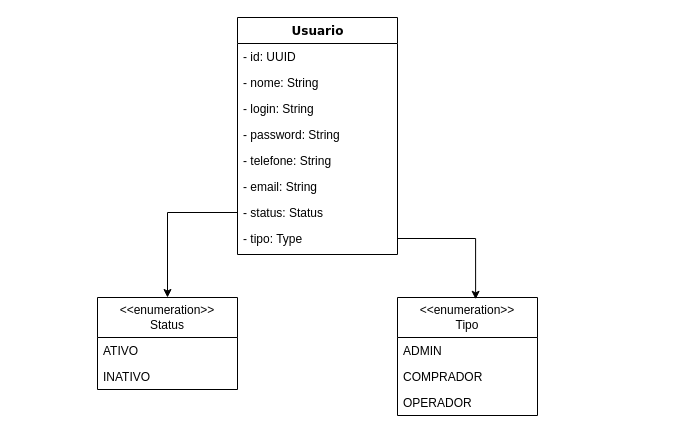
Above: documentation/diagrams/class/usuario.drawio in augustocesarsousa/ecommerce (draw.io), before the change. Source tidied: cells renumbered, new cells numbered last; positions are measured from the earlier drawing's top-left corner, leaving out a move shared by most shapes. Both pictures are drawn from the tidied source at 100%, with x=0, y=0 at pixel (97, 17).
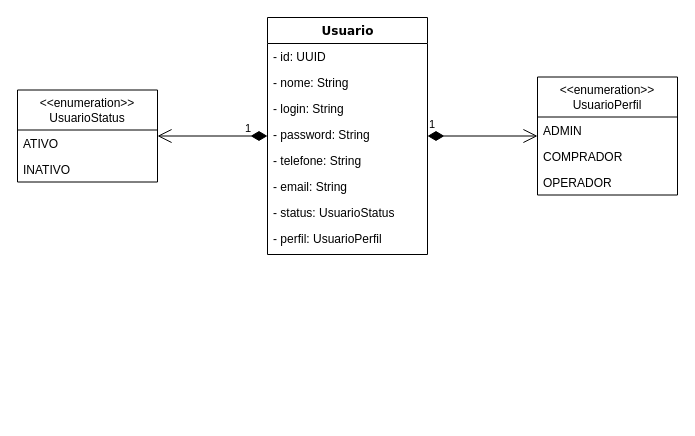
The same diagram, later.

Commit message (it also covers changes not shown here):
Documentacao: adicionado diagrama de classe da classe Usuario

The edit, as a diff of the source:
```diff
@@
 <mxGraphModel>
   <root>
     <mxCell id="0" />
     <mxCell id="1" parent="0" />
     <mxCell id="2" value="Usuario" style="swimlane;html=1;fontStyle=1;align=center;verticalAlign=top;horizontal=1;startSize=26;swimlaneFillColor=#ffffff;rounded=0;shadow=0;comic=0;labelBackgroundColor=none;strokeWidth=1;fillColor=none;fontFamily=Verdana;fontSize=12;" parent="1" vertex="1">
-      <mxGeometry x="140" width="160" height="237" as="geometry" />
+      <mxGeometry x="170" width="160" height="237" as="geometry" />
     </mxCell>
     <mxCell id="3" value="- id: UUID" style="text;html=1;strokeColor=none;fillColor=none;align=left;verticalAlign=top;spacingLeft=4;spacingRight=4;whiteSpace=wrap;overflow=hidden;" parent="2" vertex="1">
       <mxGeometry y="26" width="160" height="26" as="geometry" />
     </mxCell>
     <mxCell id="4" value="- nome: String" style="text;html=1;strokeColor=none;fillColor=none;align=left;verticalAlign=top;spacingLeft=4;spacingRight=4;whiteSpace=wrap;overflow=hidden;" parent="2" vertex="1">
       <mxGeometry y="52" width="160" height="26" as="geometry" />
     </mxCell>
     <mxCell id="5" value="- login: String" style="text;html=1;strokeColor=none;fillColor=none;align=left;verticalAlign=top;spacingLeft=4;spacingRight=4;whiteSpace=wrap;overflow=hidden;" parent="2" vertex="1">
       <mxGeometry y="78" width="160" height="26" as="geometry" />
     </mxCell>
     <mxCell id="6" value="- password: String" style="text;html=1;strokeColor=none;fillColor=none;align=left;verticalAlign=top;spacingLeft=4;spacingRight=4;whiteSpace=wrap;overflow=hidden;" parent="2" vertex="1">
       <mxGeometry y="104" width="160" height="26" as="geometry" />
     </mxCell>
     <mxCell id="7" value="- telefone: String" style="text;html=1;strokeColor=none;fillColor=none;align=left;verticalAlign=top;spacingLeft=4;spacingRight=4;whiteSpace=wrap;overflow=hidden;" parent="2" vertex="1">
       <mxGeometry y="130" width="160" height="26" as="geometry" />
     </mxCell>
     <mxCell id="8" value="- email: String" style="text;html=1;strokeColor=none;fillColor=none;align=left;verticalAlign=top;spacingLeft=4;spacingRight=4;whiteSpace=wrap;overflow=hidden;" parent="2" vertex="1">
       <mxGeometry y="156" width="160" height="26" as="geometry" />
     </mxCell>
-    <mxCell id="9" value="- status: Status" style="text;html=1;strokeColor=none;fillColor=none;align=left;verticalAlign=top;spacingLeft=4;spacingRight=4;whiteSpace=wrap;overflow=hidden;points=[[0,0.5],[1,0.5]];portConstraint=eastwest;" parent="2" vertex="1">
+    <mxCell id="9" value="- status:&amp;nbsp;&lt;span style=&quot;text-align: center;&quot;&gt;Usuario&lt;/span&gt;Status" style="text;html=1;strokeColor=none;fillColor=none;align=left;verticalAlign=top;spacingLeft=4;spacingRight=4;whiteSpace=wrap;overflow=hidden;points=[[0,0.5],[1,0.5]];portConstraint=eastwest;" parent="2" vertex="1">
       <mxGeometry y="182" width="160" height="26" as="geometry" />
     </mxCell>
-    <mxCell id="10" value="- tipo: Type" style="text;html=1;strokeColor=none;fillColor=none;align=left;verticalAlign=top;spacingLeft=4;spacingRight=4;whiteSpace=wrap;overflow=hidden;points=[[0,0.5],[1,0.5]];portConstraint=eastwest;" parent="2" vertex="1">
+    <mxCell id="10" value="- perfil:&amp;nbsp;&lt;span style=&quot;text-align: center;&quot;&gt;UsuarioPerfil&lt;/span&gt;" style="text;html=1;strokeColor=none;fillColor=none;align=left;verticalAlign=top;spacingLeft=4;spacingRight=4;whiteSpace=wrap;overflow=hidden;points=[[0,0.5],[1,0.5]];portConstraint=eastwest;" parent="2" vertex="1">
       <mxGeometry y="208" width="160" height="26" as="geometry" />
     </mxCell>
-    <mxCell id="11" value="&amp;lt;&amp;lt;enumeration&amp;gt;&amp;gt;&lt;br&gt;Status" style="swimlane;fontStyle=0;horizontal=1;startSize=40;fillColor=none;whiteSpace=wrap;html=1;" parent="1" vertex="1">
-      <mxGeometry y="280" width="140" height="92" as="geometry" />
+    <mxCell id="11" value="&amp;lt;&amp;lt;enumeration&amp;gt;&amp;gt;&lt;br&gt;UsuarioStatus" style="swimlane;fontStyle=0;horizontal=1;startSize=40;fillColor=none;whiteSpace=wrap;html=1;" parent="1" vertex="1">
+      <mxGeometry x="-80" y="72.5" width="140" height="92" as="geometry" />
     </mxCell>
     <mxCell id="12" value="ATIVO" style="text;strokeColor=none;fillColor=none;align=left;verticalAlign=top;spacingLeft=4;spacingRight=4;overflow=hidden;whiteSpace=wrap;html=1;" parent="11" vertex="1">
       <mxGeometry y="40" width="140" height="26" as="geometry" />
     </mxCell>
     <mxCell id="13" value="INATIVO" style="text;strokeColor=none;fillColor=none;align=left;verticalAlign=top;spacingLeft=4;spacingRight=4;overflow=hidden;whiteSpace=wrap;html=1;" parent="11" vertex="1">
       <mxGeometry y="66" width="140" height="26" as="geometry" />
     </mxCell>
-    <mxCell id="14" value="&amp;lt;&amp;lt;enumeration&amp;gt;&amp;gt;&lt;br&gt;Tipo" style="swimlane;fontStyle=0;horizontal=1;startSize=40;fillColor=none;whiteSpace=wrap;html=1;" parent="1" vertex="1">
-      <mxGeometry x="300" y="280" width="140" height="118" as="geometry" />
+    <mxCell id="14" value="&amp;lt;&amp;lt;enumeration&amp;gt;&amp;gt;&lt;br&gt;UsuarioPerfil" style="swimlane;fontStyle=0;horizontal=1;startSize=40;fillColor=none;whiteSpace=wrap;html=1;" parent="1" vertex="1">
+      <mxGeometry x="440" y="59.5" width="140" height="118" as="geometry" />
     </mxCell>
     <mxCell id="15" value="ADMIN" style="text;strokeColor=none;fillColor=none;align=left;verticalAlign=top;spacingLeft=4;spacingRight=4;overflow=hidden;whiteSpace=wrap;html=1;" parent="14" vertex="1">
       <mxGeometry y="40" width="140" height="26" as="geometry" />
     </mxCell>
     <mxCell id="16" value="COMPRADOR" style="text;strokeColor=none;fillColor=none;align=left;verticalAlign=top;spacingLeft=4;spacingRight=4;overflow=hidden;whiteSpace=wrap;html=1;" parent="14" vertex="1">
       <mxGeometry y="66" width="140" height="26" as="geometry" />
     </mxCell>
     <mxCell id="17" value="OPERADOR" style="text;strokeColor=none;fillColor=none;align=left;verticalAlign=top;spacingLeft=4;spacingRight=4;overflow=hidden;whiteSpace=wrap;html=1;" parent="14" vertex="1">
       <mxGeometry y="92" width="140" height="26" as="geometry" />
     </mxCell>
-    <mxCell id="18" style="edgeStyle=orthogonalEdgeStyle;rounded=0;jettySize=auto;html=1;entryX=0.5;entryY=0;entryDx=0;entryDy=0;" parent="1" edge="1" source="9" target="11">
-      <mxGeometry relative="1" as="geometry" />
-    </mxCell>
-    <mxCell id="19" style="edgeStyle=orthogonalEdgeStyle;rounded=0;jettySize=auto;html=1;entryX=0.558;entryY=0.015;entryDx=0;entryDy=0;entryPerimeter=0;" parent="1" edge="1" source="10" target="14">
-      <mxGeometry relative="1" as="geometry" />
-    </mxCell>
+    <mxCell id="20" value="1" style="endArrow=open;html=1;endSize=12;startArrow=diamondThin;startSize=14;startFill=1;edgeStyle=orthogonalEdgeStyle;align=left;verticalAlign=bottom;rounded=0;" parent="1" edge="1" source="2" target="11">
+      <mxGeometry x="-0.57" y="1" relative="1" as="geometry" />
+    </mxCell>
+    <mxCell id="21" value="1" style="endArrow=open;html=1;endSize=12;startArrow=diamondThin;startSize=14;startFill=1;edgeStyle=orthogonalEdgeStyle;align=left;verticalAlign=bottom;rounded=0;" parent="1" edge="1" source="2" target="14">
+      <mxGeometry x="-1" y="3" relative="1" as="geometry" />
+    </mxCell>
   </root>
 </mxGraphModel>
```
